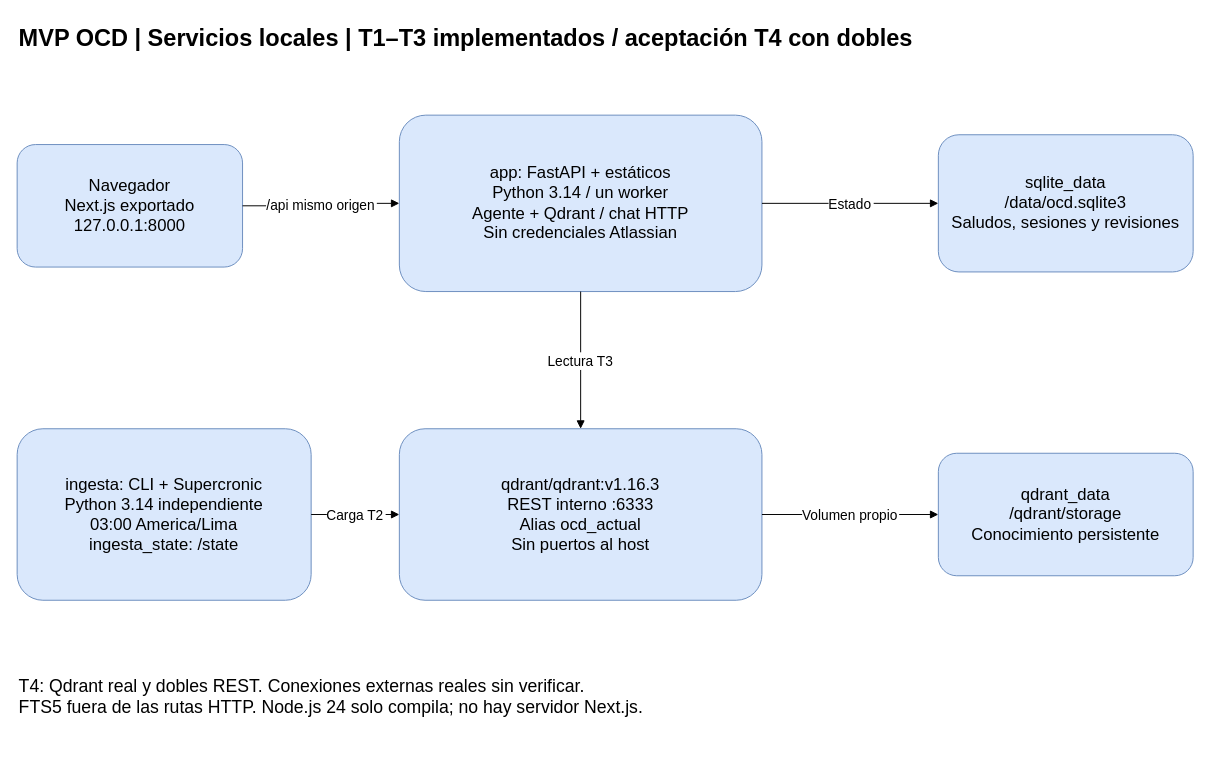
This is page "Servicios locales" (2 of 3) of docs/MVP_OCD_Arquitectura.drawio from miguelsff/grupo-visa-ai, a draw.io file, before an edit. Source tidied: cells renumbered, new cells numbered last; positions are measured from the earlier drawing's top-left corner, leaving out a move shared by most shapes. Both pictures are drawn from the tidied source at 98%, with x=0, y=0 at pixel (17, 17).
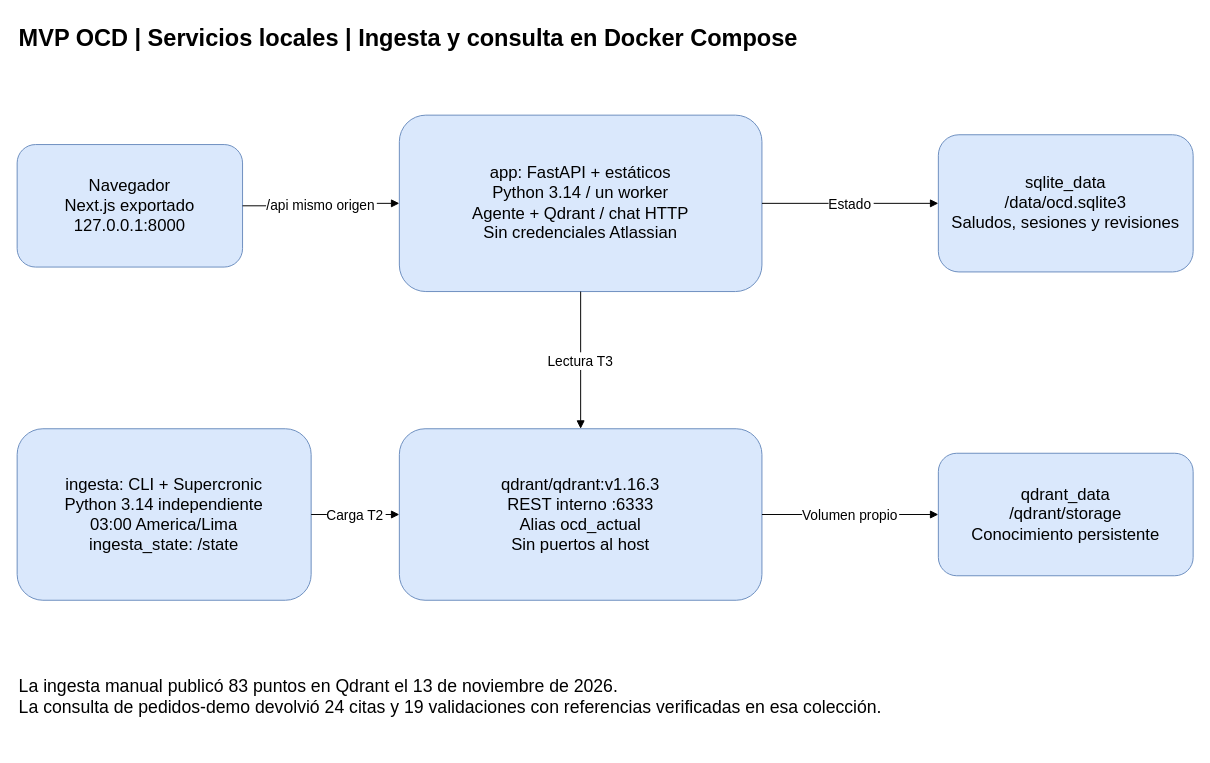
The same diagram, later.

Commit message (it also covers changes not shown here):
docs: registrar la ingesta real y el cotejo de citas con Qdrant

What changed in the source:
```diff
@@
 <mxGraphModel>
   <root>
     <mxCell id="0" />
     <mxCell id="1" parent="0" />
-    <mxCell id="2" value="MVP OCD | Servicios locales | T1–T3 implementados / aceptación T4 con dobles" style="text;html=0;align=left;fontSize=24;fontStyle=1;" parent="1" vertex="1">
+    <mxCell id="2" value="MVP OCD | Servicios locales | Ingesta y consulta en Docker Compose" style="text;html=0;align=left;fontSize=24;fontStyle=1;" parent="1" vertex="1">
       <mxGeometry width="1200" height="65" as="geometry" />
     </mxCell>
     <mxCell id="3" value="Navegador&#10;Next.js exportado&#10;127.0.0.1:8000" style="rounded=1;whiteSpace=wrap;html=0;align=center;verticalAlign=middle;fontSize=17;fillColor=#dae8fc;strokeColor=#6c8ebf;" parent="1" vertex="1">
       <mxGeometry y="130" width="230" height="125" as="geometry" />
     </mxCell>
     <mxCell id="4" value="app: FastAPI + estáticos&#10;Python 3.14 / un worker&#10;Agente + Qdrant / chat HTTP&#10;Sin credenciales Atlassian" style="rounded=1;whiteSpace=wrap;html=0;align=center;verticalAlign=middle;fontSize=17;fillColor=#dae8fc;strokeColor=#6c8ebf;" parent="1" vertex="1">
       <mxGeometry x="390" y="100" width="370" height="180" as="geometry" />
     </mxCell>
     <mxCell id="5" value="sqlite_data&#10;/data/ocd.sqlite3&#10;Saludos, sesiones y revisiones" style="rounded=1;whiteSpace=wrap;html=0;align=center;verticalAlign=middle;fontSize=17;fillColor=#dae8fc;strokeColor=#6c8ebf;" parent="1" vertex="1">
       <mxGeometry x="940" y="120" width="260" height="140" as="geometry" />
     </mxCell>
     <mxCell id="6" value="ingesta: CLI + Supercronic&#10;Python 3.14 independiente&#10;03:00 America/Lima&#10;ingesta_state: /state" style="rounded=1;whiteSpace=wrap;html=0;align=center;verticalAlign=middle;fontSize=17;fillColor=#dae8fc;strokeColor=#6c8ebf;" parent="1" vertex="1">
       <mxGeometry y="420" width="300" height="175" as="geometry" />
     </mxCell>
     <mxCell id="7" value="qdrant/qdrant:v1.16.3&#10;REST interno :6333&#10;Alias ocd_actual&#10;Sin puertos al host" style="rounded=1;whiteSpace=wrap;html=0;align=center;verticalAlign=middle;fontSize=17;fillColor=#dae8fc;strokeColor=#6c8ebf;" parent="1" vertex="1">
       <mxGeometry x="390" y="420" width="370" height="175" as="geometry" />
     </mxCell>
     <mxCell id="8" value="qdrant_data&#10;/qdrant/storage&#10;Conocimiento persistente" style="rounded=1;whiteSpace=wrap;html=0;align=center;verticalAlign=middle;fontSize=17;fillColor=#dae8fc;strokeColor=#6c8ebf;" parent="1" vertex="1">
       <mxGeometry x="940" y="445" width="260" height="125" as="geometry" />
     </mxCell>
     <mxCell id="9" value="/api mismo origen" style="edgeStyle=orthogonalEdgeStyle;html=0;endArrow=block;fontSize=14;" parent="1" edge="1" source="3" target="4">
       <mxGeometry relative="1" as="geometry" />
     </mxCell>
     <mxCell id="10" value="Estado" style="edgeStyle=orthogonalEdgeStyle;html=0;endArrow=block;fontSize=14;" parent="1" edge="1" source="4" target="5">
       <mxGeometry relative="1" as="geometry" />
     </mxCell>
     <mxCell id="11" value="Lectura T3" style="edgeStyle=orthogonalEdgeStyle;html=0;endArrow=block;fontSize=14;" parent="1" edge="1" source="4" target="7">
       <mxGeometry relative="1" as="geometry" />
     </mxCell>
     <mxCell id="12" value="Carga T2" style="edgeStyle=orthogonalEdgeStyle;html=0;endArrow=block;fontSize=14;" parent="1" edge="1" source="6" target="7">
       <mxGeometry relative="1" as="geometry" />
     </mxCell>
     <mxCell id="13" value="Volumen propio" style="edgeStyle=orthogonalEdgeStyle;html=0;endArrow=block;fontSize=14;" parent="1" edge="1" source="7" target="8">
       <mxGeometry relative="1" as="geometry" />
     </mxCell>
-    <mxCell id="14" value="T4: Qdrant real y dobles REST. Conexiones externas reales sin verificar.&#10;FTS5 fuera de las rutas HTTP. Node.js 24 solo compila; no hay servidor Next.js." style="text;html=0;align=left;fontSize=18;" parent="1" vertex="1">
+    <mxCell id="14" value="La ingesta manual publicó 83 puntos en Qdrant el 13 de noviembre de 2026.&#10;La consulta de pedidos-demo devolvió 24 citas y 19 validaciones con referencias verificadas en esa colección." style="text;html=0;align=left;fontSize=18;" parent="1" vertex="1">
       <mxGeometry y="665" width="1200" height="80" as="geometry" />
     </mxCell>
   </root>
 </mxGraphModel>
```
